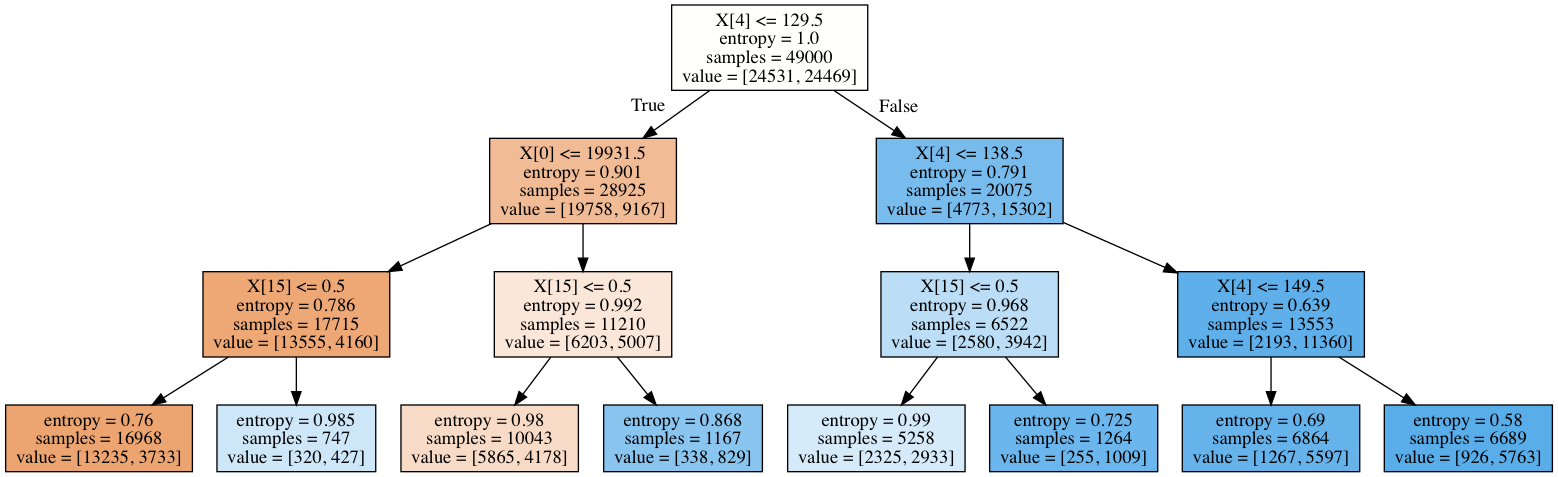
This is img/small_tree.png from Yorko/mlcourse.ai, a Graphviz export, as it was before one commit. Its source is kept beside it as img/small_tree.dot. Its diagram source:
```dot
digraph Tree {
node [shape=box, style="filled", color="black"] ;
0 [label="X[4] <= 129.5\nentropy = 1.0\nsamples = 49000\nvalue = [24531, 24469]", fillcolor="#e5813901"] ;
1 [label="X[0] <= 19931.5\nentropy = 0.901\nsamples = 28925\nvalue = [19758, 9167]", fillcolor="#e5813989"] ;
0 -> 1 [labeldistance=2.5, labelangle=45, headlabel="True"] ;
2 [label="X[15] <= 0.5\nentropy = 0.786\nsamples = 17715\nvalue = [13555, 4160]", fillcolor="#e58139b1"] ;
1 -> 2 ;
3 [label="entropy = 0.76\nsamples = 16968\nvalue = [13235, 3733]", fillcolor="#e58139b7"] ;
2 -> 3 ;
4 [label="entropy = 0.985\nsamples = 747\nvalue = [320, 427]", fillcolor="#399de540"] ;
2 -> 4 ;
5 [label="X[15] <= 0.5\nentropy = 0.992\nsamples = 11210\nvalue = [6203, 5007]", fillcolor="#e5813931"] ;
1 -> 5 ;
6 [label="entropy = 0.98\nsamples = 10043\nvalue = [5865, 4178]", fillcolor="#e5813949"] ;
5 -> 6 ;
7 [label="entropy = 0.868\nsamples = 1167\nvalue = [338, 829]", fillcolor="#399de597"] ;
5 -> 7 ;
8 [label="X[4] <= 138.5\nentropy = 0.791\nsamples = 20075\nvalue = [4773, 15302]", fillcolor="#399de5af"] ;
0 -> 8 [labeldistance=2.5, labelangle=-45, headlabel="False"] ;
9 [label="X[15] <= 0.5\nentropy = 0.968\nsamples = 6522\nvalue = [2580, 3942]", fillcolor="#399de558"] ;
8 -> 9 ;
10 [label="entropy = 0.99\nsamples = 5258\nvalue = [2325, 2933]", fillcolor="#399de535"] ;
9 -> 10 ;
11 [label="entropy = 0.725\nsamples = 1264\nvalue = [255, 1009]", fillcolor="#399de5bf"] ;
9 -> 11 ;
12 [label="X[4] <= 149.5\nentropy = 0.639\nsamples = 13553\nvalue = [2193, 11360]", fillcolor="#399de5ce"] ;
8 -> 12 ;
13 [label="entropy = 0.69\nsamples = 6864\nvalue = [1267, 5597]", fillcolor="#399de5c5"] ;
12 -> 13 ;
14 [label="entropy = 0.58\nsamples = 6689\nvalue = [926, 5763]", fillcolor="#399de5d6"] ;
12 -> 14 ;
}
```
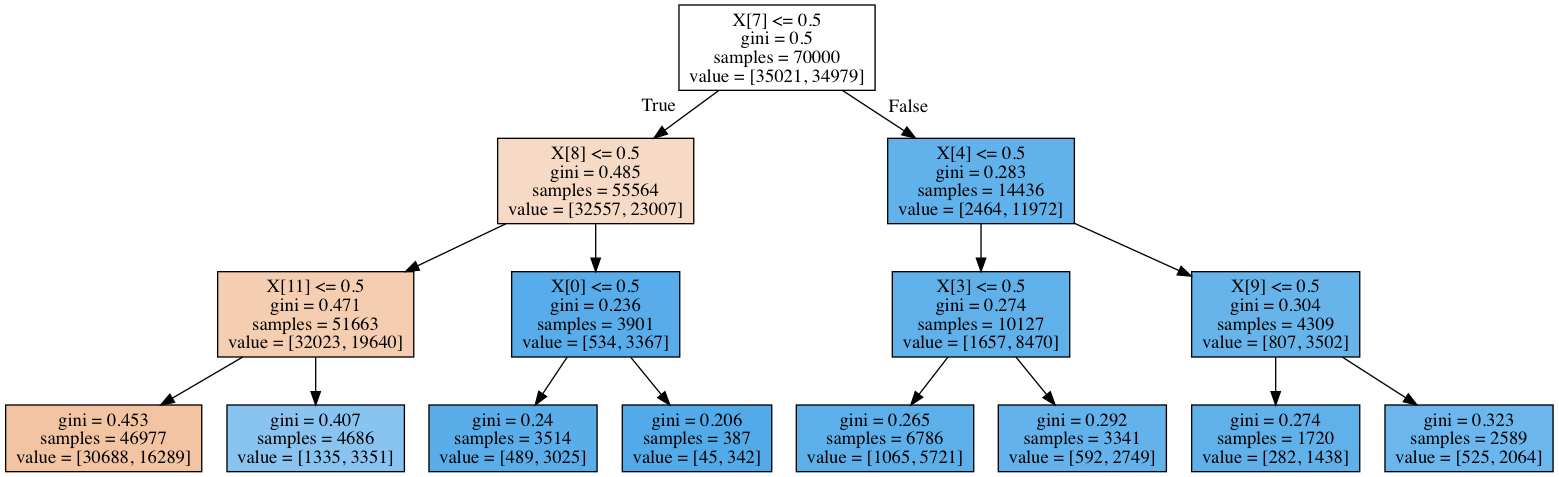
Above is the later version.

Diff of the diagram source:
```diff
@@ -1,32 +1,32 @@
 digraph Tree {
 node [shape=box, style="filled", color="black"] ;
-0 [label="X[4] <= 129.5\nentropy = 1.0\nsamples = 49000\nvalue = [24531, 24469]", fillcolor="#e5813901"] ;
-1 [label="X[0] <= 19931.5\nentropy = 0.901\nsamples = 28925\nvalue = [19758, 9167]", fillcolor="#e5813989"] ;
+0 [label="X[7] <= 0.5\ngini = 0.5\nsamples = 70000\nvalue = [35021, 34979]", fillcolor="#e5813900"] ;
+1 [label="X[8] <= 0.5\ngini = 0.485\nsamples = 55564\nvalue = [32557, 23007]", fillcolor="#e581394b"] ;
 0 -> 1 [labeldistance=2.5, labelangle=45, headlabel="True"] ;
-2 [label="X[15] <= 0.5\nentropy = 0.786\nsamples = 17715\nvalue = [13555, 4160]", fillcolor="#e58139b1"] ;
+2 [label="X[11] <= 0.5\ngini = 0.471\nsamples = 51663\nvalue = [32023, 19640]", fillcolor="#e5813963"] ;
 1 -> 2 ;
-3 [label="entropy = 0.76\nsamples = 16968\nvalue = [13235, 3733]", fillcolor="#e58139b7"] ;
+3 [label="gini = 0.453\nsamples = 46977\nvalue = [30688, 16289]", fillcolor="#e5813978"] ;
 2 -> 3 ;
-4 [label="entropy = 0.985\nsamples = 747\nvalue = [320, 427]", fillcolor="#399de540"] ;
+4 [label="gini = 0.407\nsamples = 4686\nvalue = [1335, 3351]", fillcolor="#399de599"] ;
 2 -> 4 ;
-5 [label="X[15] <= 0.5\nentropy = 0.992\nsamples = 11210\nvalue = [6203, 5007]", fillcolor="#e5813931"] ;
+5 [label="X[0] <= 0.5\ngini = 0.236\nsamples = 3901\nvalue = [534, 3367]", fillcolor="#399de5d7"] ;
 1 -> 5 ;
-6 [label="entropy = 0.98\nsamples = 10043\nvalue = [5865, 4178]", fillcolor="#e5813949"] ;
+6 [label="gini = 0.24\nsamples = 3514\nvalue = [489, 3025]", fillcolor="#399de5d6"] ;
 5 -> 6 ;
-7 [label="entropy = 0.868\nsamples = 1167\nvalue = [338, 829]", fillcolor="#399de597"] ;
+7 [label="gini = 0.206\nsamples = 387\nvalue = [45, 342]", fillcolor="#399de5dd"] ;
 5 -> 7 ;
-8 [label="X[4] <= 138.5\nentropy = 0.791\nsamples = 20075\nvalue = [4773, 15302]", fillcolor="#399de5af"] ;
+8 [label="X[4] <= 0.5\ngini = 0.283\nsamples = 14436\nvalue = [2464, 11972]", fillcolor="#399de5cb"] ;
 0 -> 8 [labeldistance=2.5, labelangle=-45, headlabel="False"] ;
-9 [label="X[15] <= 0.5\nentropy = 0.968\nsamples = 6522\nvalue = [2580, 3942]", fillcolor="#399de558"] ;
+9 [label="X[3] <= 0.5\ngini = 0.274\nsamples = 10127\nvalue = [1657, 8470]", fillcolor="#399de5cd"] ;
 8 -> 9 ;
-10 [label="entropy = 0.99\nsamples = 5258\nvalue = [2325, 2933]", fillcolor="#399de535"] ;
+10 [label="gini = 0.265\nsamples = 6786\nvalue = [1065, 5721]", fillcolor="#399de5d0"] ;
 9 -> 10 ;
-11 [label="entropy = 0.725\nsamples = 1264\nvalue = [255, 1009]", fillcolor="#399de5bf"] ;
+11 [label="gini = 0.292\nsamples = 3341\nvalue = [592, 2749]", fillcolor="#399de5c8"] ;
 9 -> 11 ;
-12 [label="X[4] <= 149.5\nentropy = 0.639\nsamples = 13553\nvalue = [2193, 11360]", fillcolor="#399de5ce"] ;
+12 [label="X[9] <= 0.5\ngini = 0.304\nsamples = 4309\nvalue = [807, 3502]", fillcolor="#399de5c4"] ;
 8 -> 12 ;
-13 [label="entropy = 0.69\nsamples = 6864\nvalue = [1267, 5597]", fillcolor="#399de5c5"] ;
+13 [label="gini = 0.274\nsamples = 1720\nvalue = [282, 1438]", fillcolor="#399de5cd"] ;
 12 -> 13 ;
-14 [label="entropy = 0.58\nsamples = 6689\nvalue = [926, 5763]", fillcolor="#399de5d6"] ;
+14 [label="gini = 0.323\nsamples = 2589\nvalue = [525, 2064]", fillcolor="#399de5be"] ;
 12 -> 14 ;
 }
```
